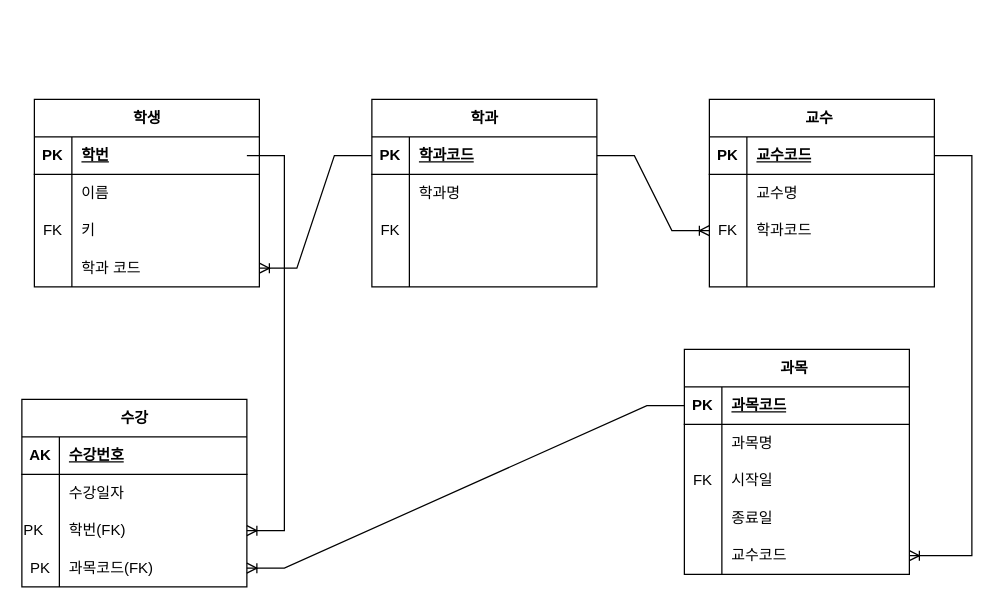
jl3725/ai_lesson keeps this draw.io diagram as 논리적 모델링.drawio. Above is the earlier version. Source tidied: cells renumbered, new cells numbered last; positions are measured from the earlier drawing's top-left corner, leaving out a move shared by most shapes. Both pictures are drawn from the tidied source at 125%, with x=0, y=0 at pixel (21, 99).
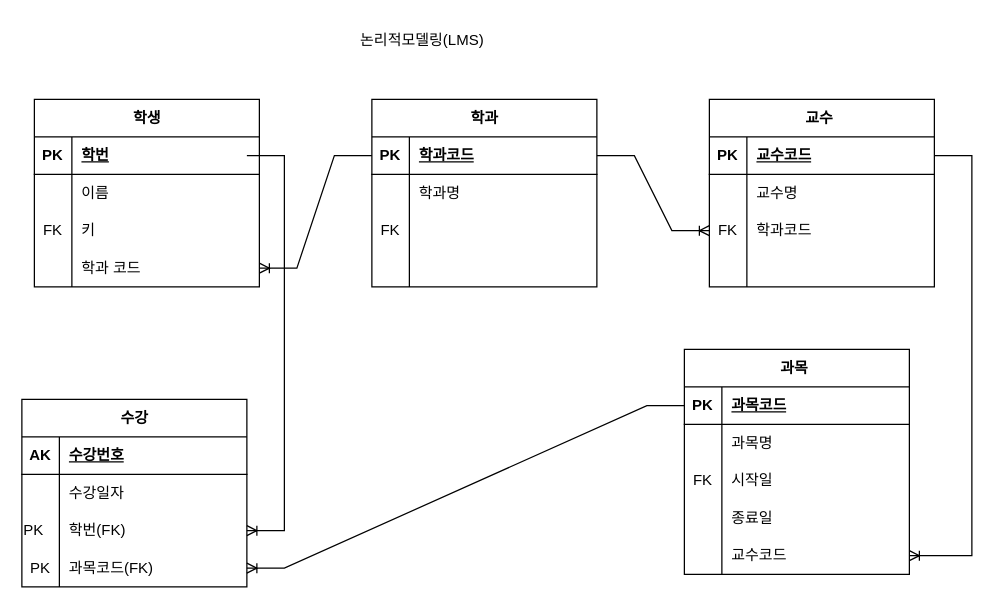
The same page after the edit.

Commit message (it also covers changes not shown here):
논리적 모델링.drawio 업데이트

Change to the diagram source:
```diff
@@
+    <mxCell id="75" value="논리적모델링(LMS)" style="text;html=1;align=center;verticalAlign=middle;strokeColor=none;fillColor=none;" parent="1" vertex="1">
+      <mxGeometry x="260" y="-62" width="120" height="30" as="geometry" />
+    </mxCell>
```
